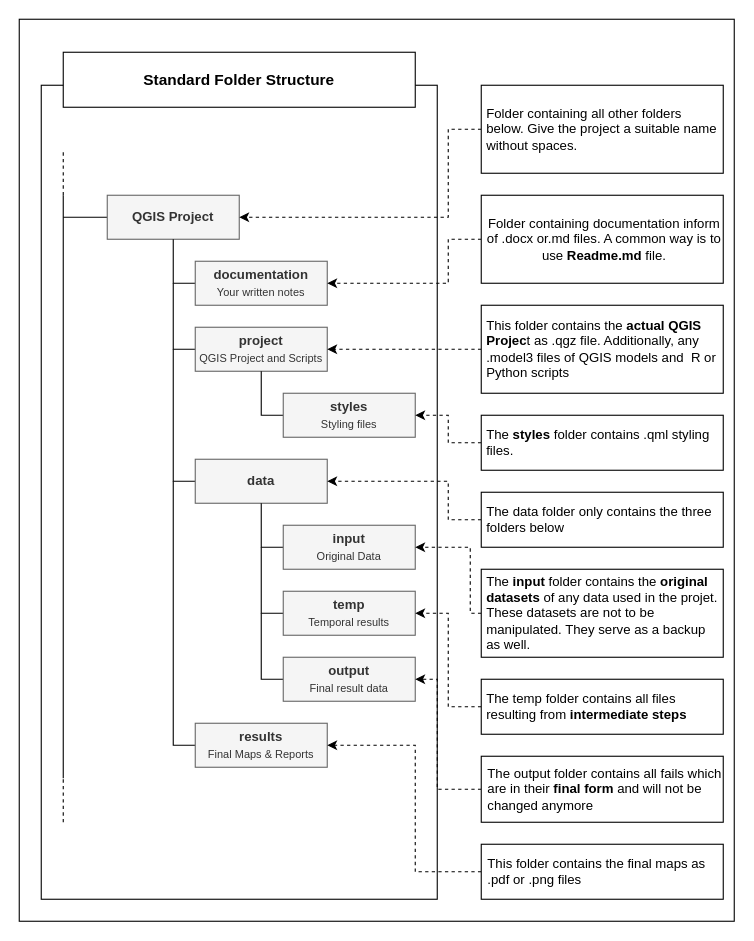
Earlier version of the draw.io diagram fig/Standard_project_folder_structure.drawio (GIScience/gis-training-resource-center). Source tidied: cells renumbered, new cells numbered last; positions are measured from the earlier drawing's top-left corner, leaving out a move shared by most shapes. Both pictures are drawn from the tidied source at 110%, with x=0, y=0 at pixel (19, 19).
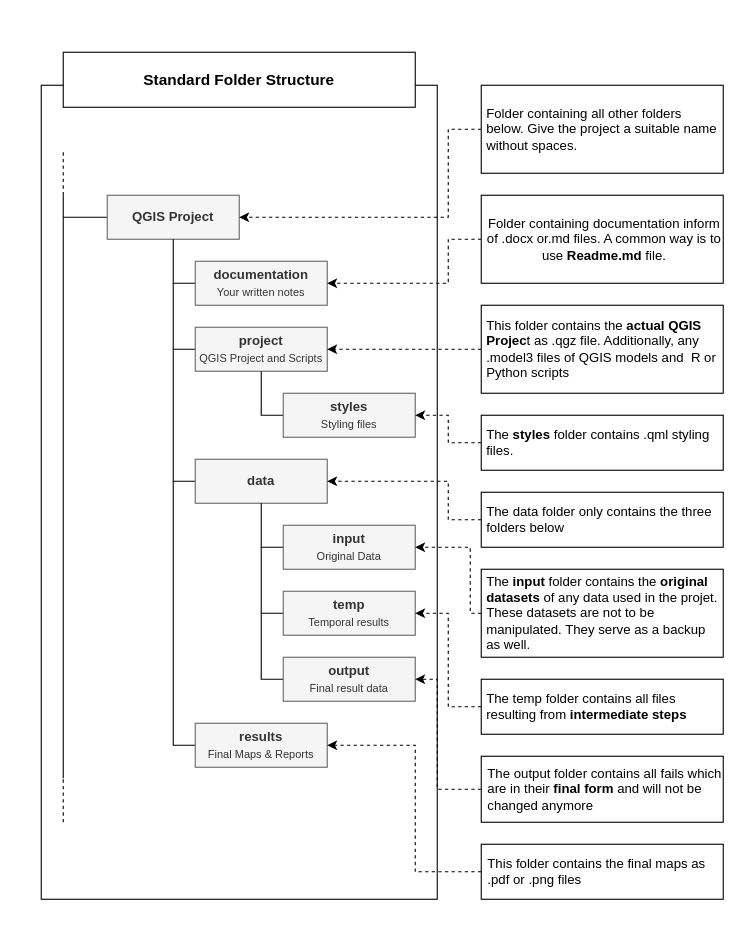
After the change.

Diff of the diagram source:
```diff
@@
-    <mxCell id="2" style="rounded=0;whiteSpace=wrap;html=1;" parent="1" vertex="1">
-      <mxGeometry width="650" height="820" as="geometry" />
-    </mxCell>
```
